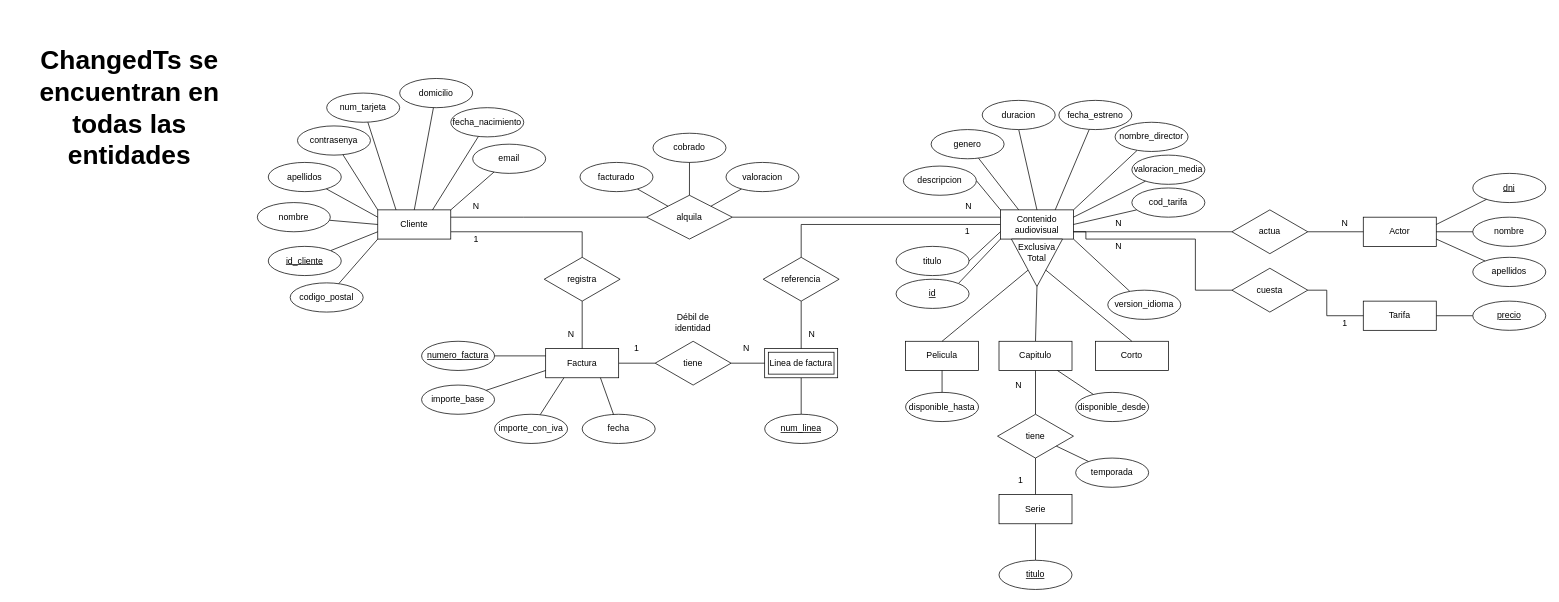
Earlier version of the draw.io diagram Modelo Entidad-Relacion.drawio (Ivanmontesinos21/Proyecto_MiraVereda). Source tidied: cells renumbered, new cells numbered last; positions are measured from the earlier drawing's top-left corner, leaving out a move shared by most shapes. Both pictures are drawn from the tidied source at 73%, with x=0, y=0 at pixel (12, 12).
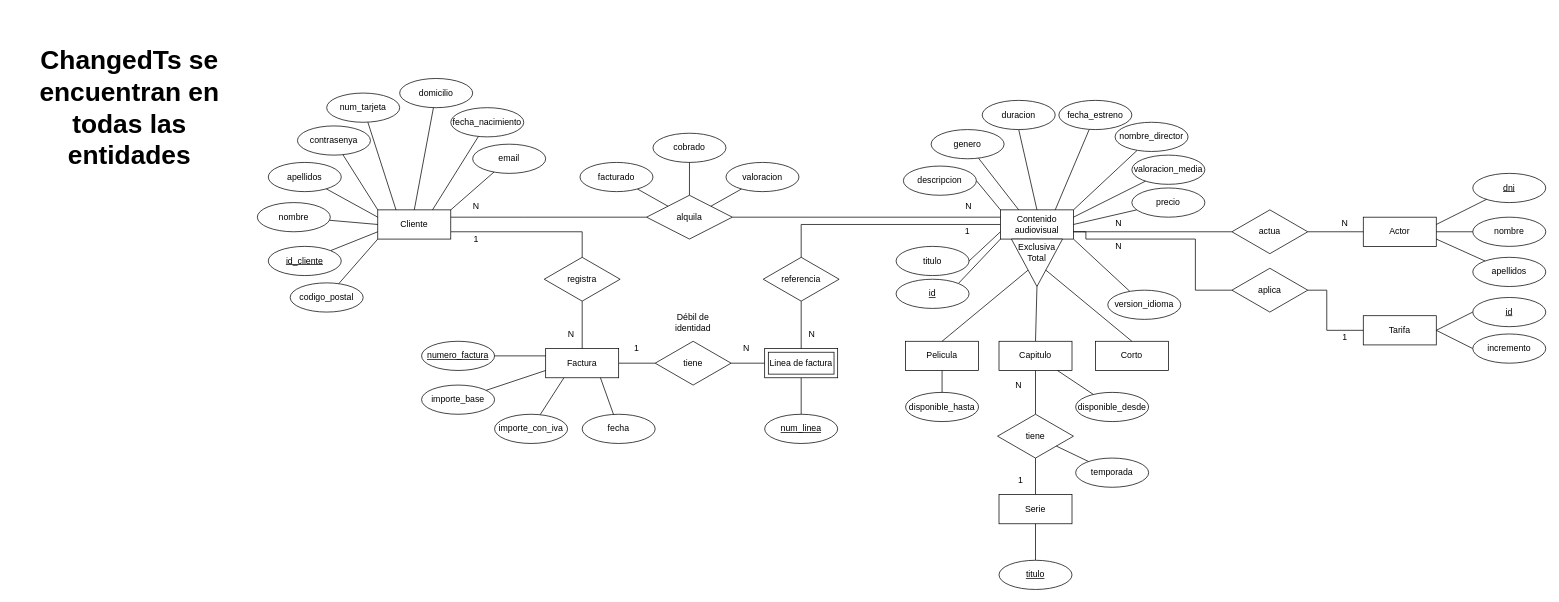
The same page after the edit.

Commit message:
Actualizada tarifa en Entidad-Relacion

Change to the diagram source:
```diff
@@
-    <mxCell id="9" value="cod_tarifa" style="ellipse;whiteSpace=wrap;html=1;align=center;" parent="1" vertex="1">
+    <mxCell id="9" value="precio" style="ellipse;whiteSpace=wrap;html=1;align=center;" parent="1" vertex="1">
       <mxGeometry x="1533" y="240" width="100" height="40" as="geometry" />
     </mxCell>
@@
     <mxCell id="116" value="Tarifa" style="whiteSpace=wrap;html=1;align=center;" parent="1" vertex="1">
-      <mxGeometry x="1850" y="395" width="100" height="40" as="geometry" />
+      <mxGeometry x="1850" y="415" width="100" height="40" as="geometry" />
     </mxCell>
-    <mxCell id="117" value="precio" style="ellipse;whiteSpace=wrap;html=1;align=center;fontStyle=4;" parent="1" vertex="1">
-      <mxGeometry x="2000" y="395" width="100" height="40" as="geometry" />
+    <mxCell id="117" value="incremento" style="ellipse;whiteSpace=wrap;html=1;align=center;fontStyle=0;" parent="1" vertex="1">
+      <mxGeometry x="2000" y="440" width="100" height="40" as="geometry" />
     </mxCell>
@@
     <mxCell id="119" style="edgeStyle=orthogonalEdgeStyle;rounded=0;jettySize=auto;html=1;exitX=1;exitY=0.5;exitDx=0;exitDy=0;entryX=0;entryY=0.5;entryDx=0;entryDy=0;endArrow=none;endFill=0;" parent="1" edge="1" source="120" target="116">
       <mxGeometry relative="1" as="geometry">
         <Array as="points">
           <mxPoint x="1800" y="380" />
-          <mxPoint x="1800" y="415" />
+          <mxPoint x="1800" y="435" />
         </Array>
       </mxGeometry>
     </mxCell>
-    <mxCell id="120" value="cuesta" style="shape=rhombus;perimeter=rhombusPerimeter;whiteSpace=wrap;html=1;align=center;" parent="1" vertex="1">
+    <mxCell id="120" value="aplica" style="shape=rhombus;perimeter=rhombusPerimeter;whiteSpace=wrap;html=1;align=center;" parent="1" vertex="1">
       <mxGeometry x="1670" y="350" width="104" height="60" as="geometry" />
     </mxCell>
@@
     <mxCell id="122" value="1" style="text;html=1;align=center;verticalAlign=middle;whiteSpace=wrap;rounded=0;" parent="1" vertex="1">
-      <mxGeometry x="1810" y="415" width="30" height="20" as="geometry" />
+      <mxGeometry x="1810" y="435" width="30" height="20" as="geometry" />
     </mxCell>
+    <mxCell id="123" style="rounded=0;jettySize=auto;html=1;entryX=1;entryY=0.5;entryDx=0;entryDy=0;endArrow=none;endFill=0;exitX=0;exitY=0.5;exitDx=0;exitDy=0;" parent="1" edge="1" source="124" target="116">
+      <mxGeometry relative="1" as="geometry" />
+    </mxCell>
+    <mxCell id="124" value="id" style="ellipse;whiteSpace=wrap;html=1;align=center;fontStyle=4;" parent="1" vertex="1">
+      <mxGeometry x="2000" y="390" width="100" height="40" as="geometry" />
+    </mxCell>
```
